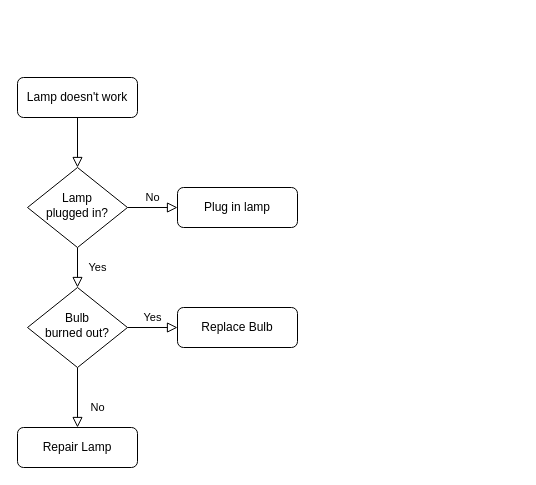
Before: Control_temperatura.drawio in Haroldajnp21/Diagrama_De_flujo_Embembidos, a draw.io diagram. Source tidied: cells renumbered, new cells numbered last; positions are measured from the earlier drawing's top-left corner, leaving out a move shared by most shapes. Both pictures are drawn from the tidied source at 100%, with x=0, y=0 at pixel (17, 77).
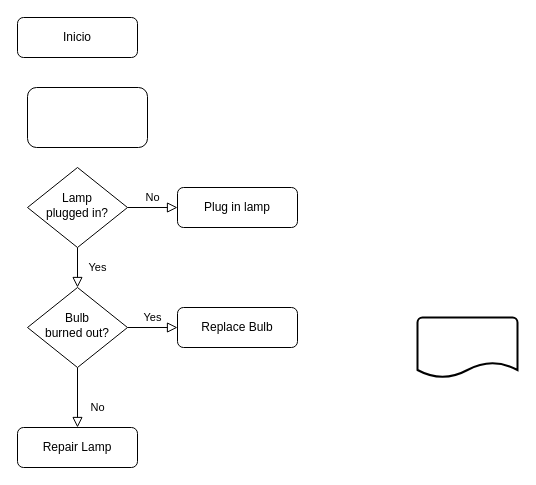
The same diagram, later.

The edit, as a diff of the source:
```diff
@@
 <mxGraphModel>
   <root>
     <mxCell id="0" />
     <mxCell id="1" parent="0" />
-    <mxCell id="2" style="rounded=0;html=1;jettySize=auto;fontSize=11;endArrow=block;endFill=0;endSize=8;strokeWidth=1;shadow=0;labelBackgroundColor=none;edgeStyle=orthogonalEdgeStyle;" parent="1" edge="1" source="3" target="6">
-      <mxGeometry relative="1" as="geometry" />
-    </mxCell>
-    <mxCell id="3" value="Lamp doesn't work" style="rounded=1;whiteSpace=wrap;html=1;fontSize=12;glass=0;strokeWidth=1;shadow=0;" parent="1" vertex="1">
-      <mxGeometry width="120" height="40" as="geometry" />
+    <mxCell id="3" value="Inicio" style="rounded=1;whiteSpace=wrap;html=1;fontSize=12;glass=0;strokeWidth=1;shadow=0;" parent="1" vertex="1">
+      <mxGeometry y="-60" width="120" height="40" as="geometry" />
     </mxCell>
     <mxCell id="4" value="Yes" style="rounded=0;html=1;jettySize=auto;fontSize=11;endArrow=block;endFill=0;endSize=8;strokeWidth=1;shadow=0;labelBackgroundColor=none;edgeStyle=orthogonalEdgeStyle;" parent="1" edge="1" source="6" target="10">
       <mxGeometry y="20" relative="1" as="geometry" />
     </mxCell>
     <mxCell id="5" value="No" style="edgeStyle=orthogonalEdgeStyle;rounded=0;html=1;jettySize=auto;fontSize=11;endArrow=block;endFill=0;endSize=8;strokeWidth=1;shadow=0;labelBackgroundColor=none;" parent="1" edge="1" source="6" target="7">
       <mxGeometry y="10" relative="1" as="geometry" />
     </mxCell>
     <mxCell id="6" value="Lamp&lt;br&gt;plugged in?" style="rhombus;whiteSpace=wrap;html=1;shadow=0;fontFamily=Helvetica;fontSize=12;align=center;strokeWidth=1;spacing=6;spacingTop=-4;" parent="1" vertex="1">
       <mxGeometry x="10" y="90" width="100" height="80" as="geometry" />
     </mxCell>
     <mxCell id="7" value="Plug in lamp" style="rounded=1;whiteSpace=wrap;html=1;fontSize=12;glass=0;strokeWidth=1;shadow=0;" parent="1" vertex="1">
       <mxGeometry x="160" y="110" width="120" height="40" as="geometry" />
     </mxCell>
     <mxCell id="8" value="No" style="rounded=0;html=1;jettySize=auto;fontSize=11;endArrow=block;endFill=0;endSize=8;strokeWidth=1;shadow=0;labelBackgroundColor=none;edgeStyle=orthogonalEdgeStyle;" parent="1" edge="1" source="10" target="11">
       <mxGeometry x="0.33" y="20" relative="1" as="geometry" />
     </mxCell>
     <mxCell id="9" value="Yes" style="edgeStyle=orthogonalEdgeStyle;rounded=0;html=1;jettySize=auto;fontSize=11;endArrow=block;endFill=0;endSize=8;strokeWidth=1;shadow=0;labelBackgroundColor=none;" parent="1" edge="1" source="10" target="12">
       <mxGeometry y="10" relative="1" as="geometry" />
     </mxCell>
     <mxCell id="10" value="Bulb&lt;br&gt;burned out?" style="rhombus;whiteSpace=wrap;html=1;shadow=0;fontFamily=Helvetica;fontSize=12;align=center;strokeWidth=1;spacing=6;spacingTop=-4;" parent="1" vertex="1">
       <mxGeometry x="10" y="210" width="100" height="80" as="geometry" />
     </mxCell>
     <mxCell id="11" value="Repair Lamp" style="rounded=1;whiteSpace=wrap;html=1;fontSize=12;glass=0;strokeWidth=1;shadow=0;" parent="1" vertex="1">
       <mxGeometry y="350" width="120" height="40" as="geometry" />
     </mxCell>
     <mxCell id="12" value="Replace Bulb" style="rounded=1;whiteSpace=wrap;html=1;fontSize=12;glass=0;strokeWidth=1;shadow=0;" parent="1" vertex="1">
       <mxGeometry x="160" y="230" width="120" height="40" as="geometry" />
     </mxCell>
+    <mxCell id="13" style="strokeWidth=2;html=1;shape=mxgraph.flowchart.document2;whiteSpace=wrap;size=0.25;" parent="1" vertex="1">
+      <mxGeometry x="400" y="240" width="100" height="60" as="geometry" />
+    </mxCell>
+    <mxCell id="14" style="rounded=1;whiteSpace=wrap;html=1;" parent="1" vertex="1">
+      <mxGeometry x="10" y="10" width="120" height="60" as="geometry" />
+    </mxCell>
   </root>
 </mxGraphModel>
```
